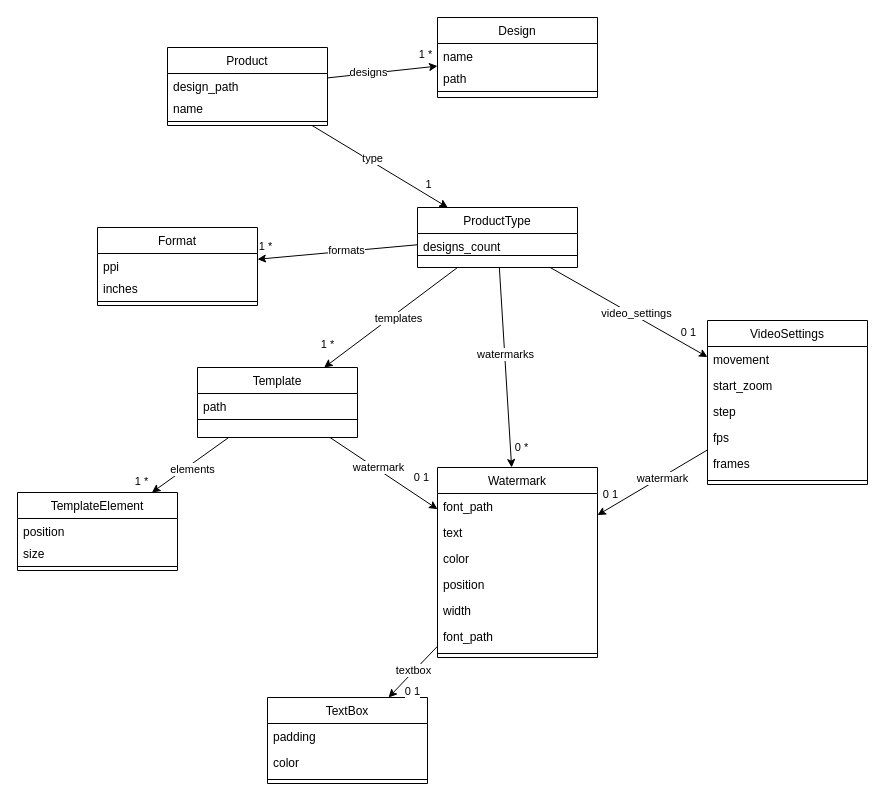
Hackhim/Picgenius keeps this draw.io diagram as schematics/picgenius_class_diagram.drawio. Above is the earlier version. Source tidied: cells renumbered, new cells numbered last; positions are measured from the earlier drawing's top-left corner, leaving out a move shared by most shapes. Both pictures are drawn from the tidied source at 100%, with x=0, y=0 at pixel (17, 17).
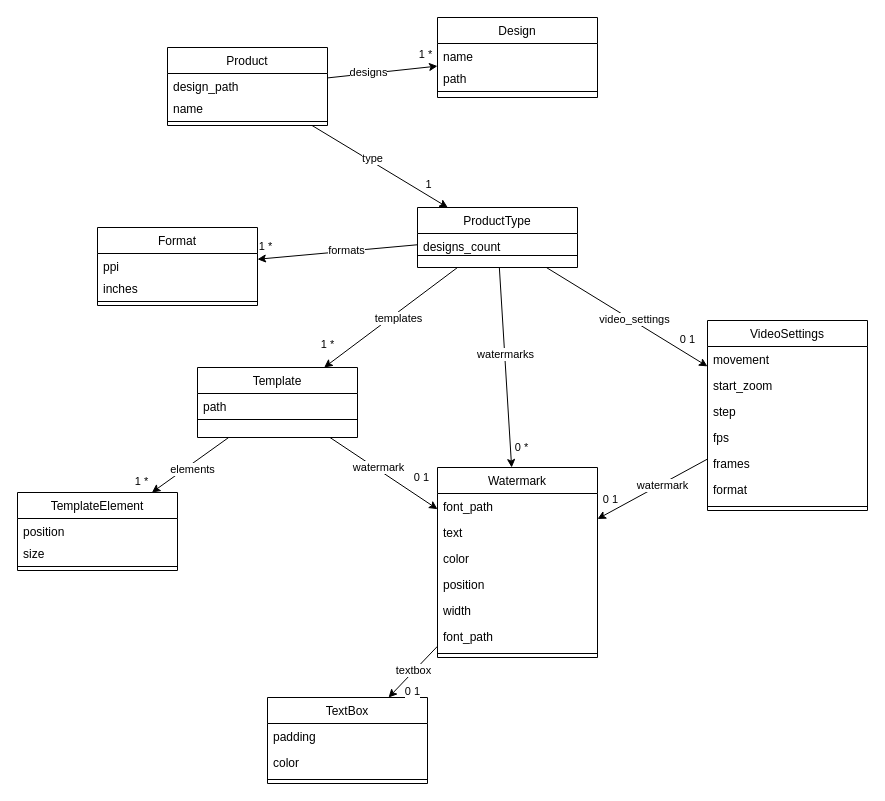
After the change.

The edit, as a diff of the source:
```diff
@@
     <mxCell id="9" value="VideoSettings" style="swimlane;fontStyle=0;align=center;verticalAlign=top;horizontal=1;startSize=26;rounded=0;shadow=0;strokeWidth=1;" parent="1" vertex="1">
-      <mxGeometry x="690" y="303" width="160" height="164" as="geometry" />
+      <mxGeometry x="690" y="303" width="160" height="190" as="geometry" />
     </mxCell>
@@
+    <mxCell id="73" value="frames" style="text;align=left;verticalAlign=top;spacingLeft=4;spacingRight=4;overflow=hidden;" parent="9" vertex="1">
+      <mxGeometry y="130" width="160" height="26" as="geometry" />
+    </mxCell>
-    <mxCell id="14" value="frames" style="text;align=left;verticalAlign=top;spacingLeft=4;spacingRight=4;overflow=hidden;" parent="9" vertex="1">
-      <mxGeometry y="130" width="160" height="26" as="geometry" />
+    <mxCell id="14" value="format" style="text;align=left;verticalAlign=top;spacingLeft=4;spacingRight=4;overflow=hidden;" parent="9" vertex="1">
+      <mxGeometry y="156" width="160" height="26" as="geometry" />
     </mxCell>
     <mxCell id="15" style="line;html=1;strokeWidth=1;align=left;verticalAlign=middle;spacingTop=-1;spacingLeft=3;spacingRight=3;labelPosition=right;" parent="9" vertex="1">
-      <mxGeometry y="156" width="160" height="8" as="geometry" />
+      <mxGeometry y="182" width="160" height="8" as="geometry" />
     </mxCell>
```
